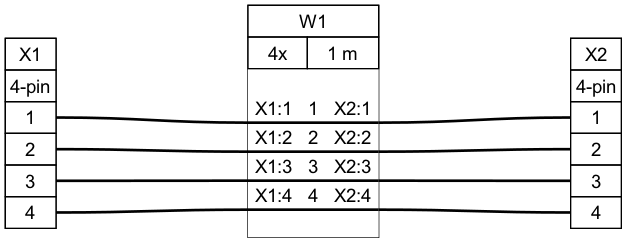
Before: tutorial/tutorial01.png, a diagram exported from Graphviz (tobiasfalk/WireViz). Its source is kept beside it as tutorial/tutorial01.gv.
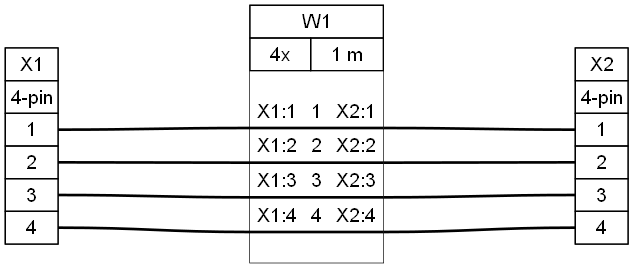
Above is the later version.

The edit, as a diff of the source:
```diff
@@ -125,13 +125,7 @@
      <td align="right">X2:1 </td>
     </tr>
     <tr>
-     <td border="0" cellspacing="0" cellpadding="0" colspan="5" height="2" port="w1">
-      <table border="0" cellborder="0" cellspacing="0">
-       <tr>
-        <td bgcolor="#000000" border="0" cellpadding="0" colspan="5" height="2"></td>
-       </tr>
-      </table>
-     </td>
+     <td border="0" cellspacing="0" cellpadding="0" colspan="5" height="6" port="w1"></td>
     </tr>
     <tr>
      <td align="left"> X1:2</td>
@@ -141,13 +135,7 @@
      <td align="right">X2:2 </td>
     </tr>
     <tr>
-     <td border="0" cellspacing="0" cellpadding="0" colspan="5" height="2" port="w2">
-      <table border="0" cellborder="0" cellspacing="0">
-       <tr>
-        <td bgcolor="#000000" border="0" cellpadding="0" colspan="5" height="2"></td>
-       </tr>
-      </table>
-     </td>
+     <td border="0" cellspacing="0" cellpadding="0" colspan="5" height="6" port="w2"></td>
     </tr>
     <tr>
      <td align="left"> X1:3</td>
@@ -157,13 +145,7 @@
      <td align="right">X2:3 </td>
     </tr>
     <tr>
-     <td border="0" cellspacing="0" cellpadding="0" colspan="5" height="2" port="w3">
-      <table border="0" cellborder="0" cellspacing="0">
-       <tr>
-        <td bgcolor="#000000" border="0" cellpadding="0" colspan="5" height="2"></td>
-       </tr>
-      </table>
-     </td>
+     <td border="0" cellspacing="0" cellpadding="0" colspan="5" height="6" port="w3"></td>
     </tr>
     <tr>
      <td align="left"> X1:4</td>
@@ -173,13 +155,7 @@
      <td align="right">X2:4 </td>
     </tr>
     <tr>
-     <td border="0" cellspacing="0" cellpadding="0" colspan="5" height="2" port="w4">
-      <table border="0" cellborder="0" cellspacing="0">
-       <tr>
-        <td bgcolor="#000000" border="0" cellpadding="0" colspan="5" height="2"></td>
-       </tr>
-      </table>
-     </td>
+     <td border="0" cellspacing="0" cellpadding="0" colspan="5" height="6" port="w4"></td>
     </tr>
     <tr>
      <td>&nbsp;</td>
@@ -201,4 +177,8 @@
 	edge [color="#000000"]
 	X1:p4r:e -- W1:w4:w
 	W1:w4:e -- X2:p4l:w
+	W1:w1:e -- W1:w1:w [color="#000000" straight=straight]
+	W1:w2:e -- W1:w2:w [color="#000000" straight=straight]
+	W1:w3:e -- W1:w3:w [color="#000000" straight=straight]
+	W1:w4:e -- W1:w4:w [color="#000000" straight=straight]
 }
```
